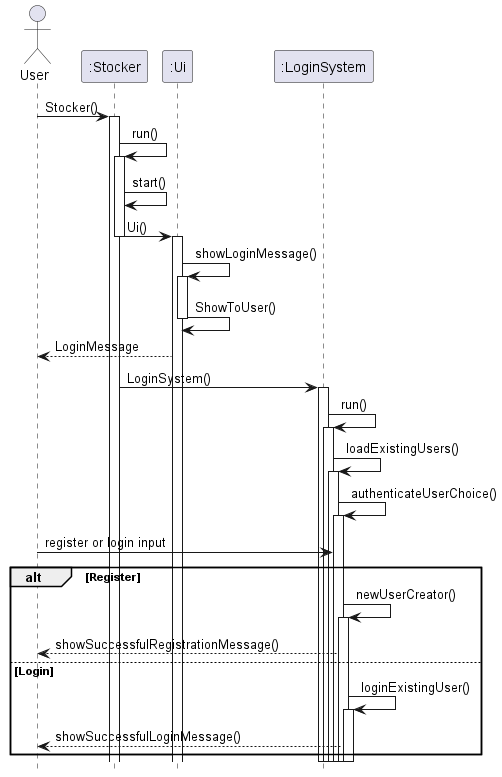
This is docs/UML Diagrams/StockerToLoginSystem.png from nus-cs2113-AY2324S1/tp, a PlantUML export, as it was before one commit.
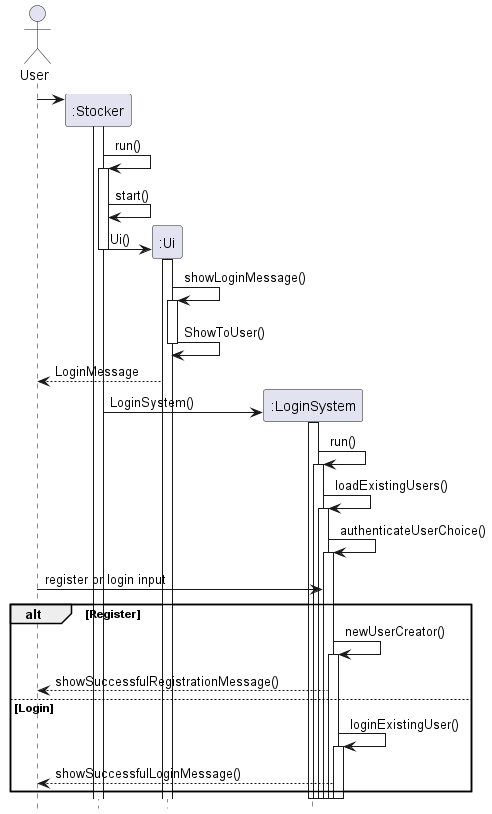
After the commit.

Commit message:
Edit UML Diagram

What changed in the source:
```diff
@@ -6,11 +6,13 @@
 Participant ":Ui" as Ui
 Participant ":LoginSystem" as LoginSystem
 
-User -> Stocker :  Stocker()
+Create Stocker
+User -> Stocker
 activate Stocker
 Stocker -> Stocker : run()
 activate Stocker
 Stocker -> Stocker :start()
+Create Ui
 Stocker -> Ui :  Ui()
 deactivate Stocker
 
@@ -21,6 +23,7 @@
 deactivate Ui
 Ui --> User : LoginMessage
 
+Create LoginSystem
 Stocker -> LoginSystem :LoginSystem()
 activate LoginSystem
 LoginSystem -> LoginSystem : run()
```
